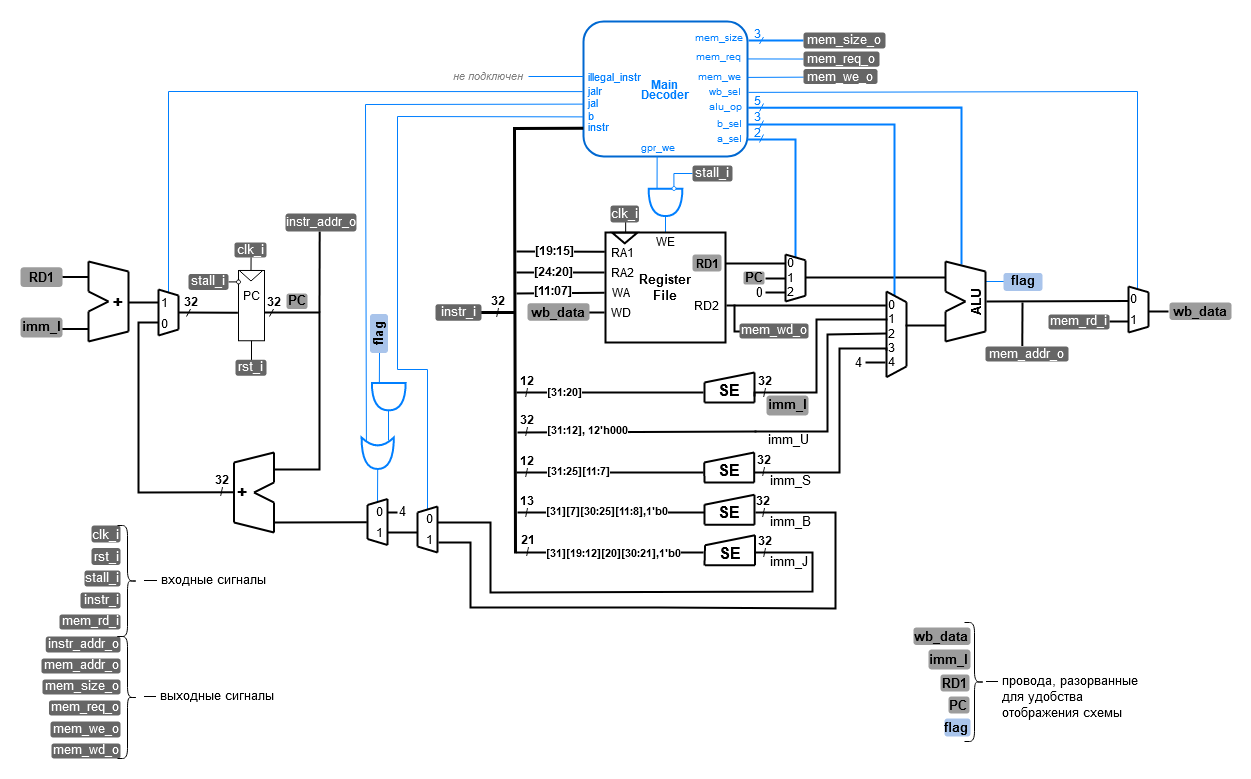
This is .pic/Labs/lab_06_dp/fig_01.drawio.png from MPSU/APS, a draw.io export, as it was before one commit. Source tidied: cells renumbered, new cells last; positions are measured from the earlier drawing's top-left corner, leaving out a move shared by most shapes.
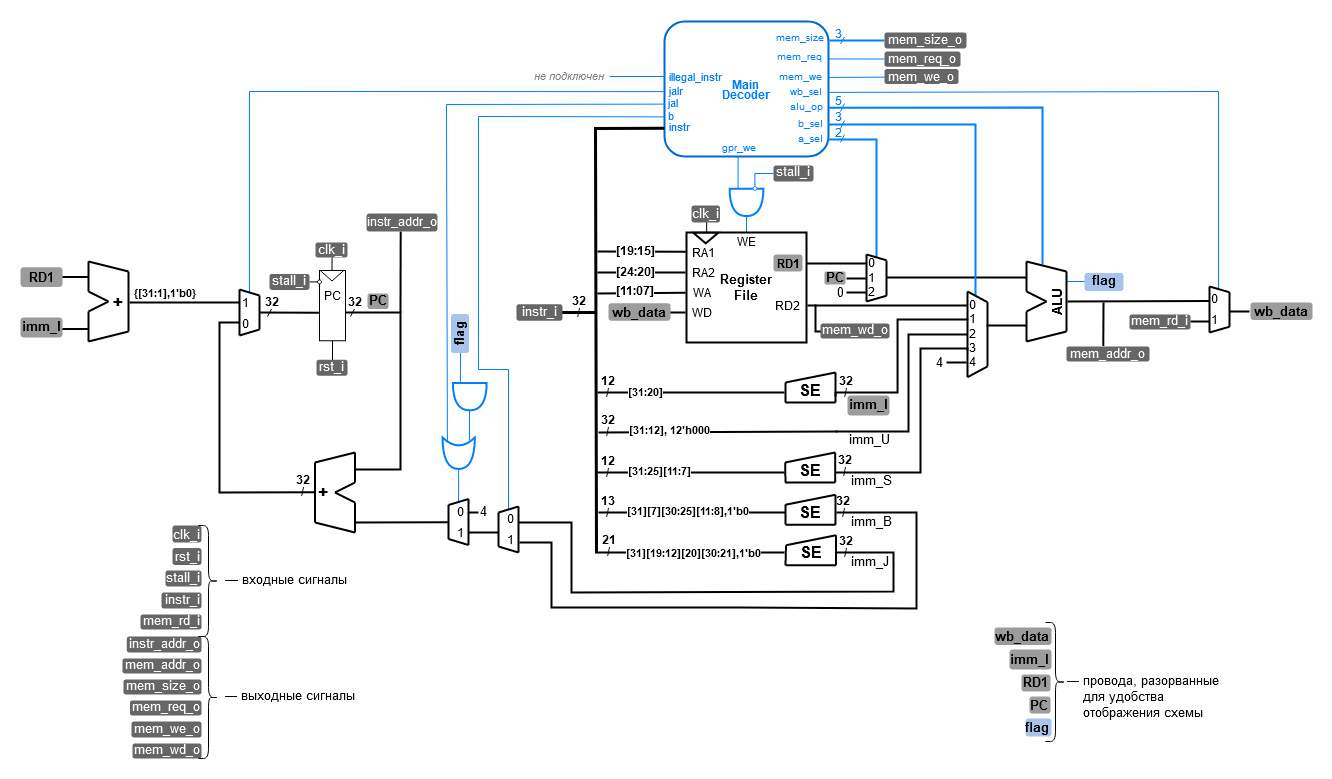
After the change.

Change to the diagram source:
```diff
@@ -446,23 +446,23 @@
     </mxCell>
     <mxCell id="89" style="endArrow=none;html=1;rounded=0;comic=0;strokeColor=#000000;fontSize=16;fontColor=#000000;startSize=6;endSize=6;entryX=0;entryY=0.5;entryDx=0;entryDy=0;jiggle=0.5;strokeWidth=2;" parent="1" edge="1">
       <mxGeometry relative="1" as="geometry">
-        <mxPoint x="108" y="281" as="sourcePoint" />
+        <mxPoint x="28" y="281" as="sourcePoint" />
         <mxPoint x="138" y="281" as="targetPoint" />
       </mxGeometry>
     </mxCell>
     <mxCell id="90" style="endArrow=none;html=1;rounded=0;comic=0;strokeColor=#000000;fontSize=16;fontColor=#000000;startSize=6;endSize=6;jiggle=0.5;strokeWidth=2;" parent="1" edge="1" source="188">
       <mxGeometry relative="1" as="geometry">
-        <mxPoint x="68" y="255.5" as="targetPoint" />
+        <mxPoint x="-13" y="255.5" as="targetPoint" />
       </mxGeometry>
     </mxCell>
     <mxCell id="91" style="endArrow=none;html=1;rounded=0;comic=0;strokeColor=#000000;fontSize=16;fontColor=#000000;startSize=6;endSize=6;jiggle=0.5;strokeWidth=2;" parent="1" edge="1">
       <mxGeometry relative="1" as="geometry">
-        <mxPoint x="28" y="307.5" as="sourcePoint" />
-        <mxPoint x="68" y="307.5" as="targetPoint" />
+        <mxPoint x="-53" y="307.5" as="sourcePoint" />
+        <mxPoint x="-13" y="307.5" as="targetPoint" />
       </mxGeometry>
     </mxCell>
     <mxCell id="92" value="&lt;p style=&quot;line-height: 130%;&quot;&gt;&lt;b style=&quot;&quot;&gt;&lt;font style=&quot;font-size: 13px;&quot;&gt;imm_I&lt;/font&gt;&lt;/b&gt;&lt;/p&gt;" style="text;html=1;strokeColor=none;fillColor=#9C9C9C;align=center;verticalAlign=middle;whiteSpace=wrap;rounded=1;fontSize=9;fontColor=#000000;comic=0;jiggle=0.5;strokeWidth=2;" parent="1" vertex="1">
-      <mxGeometry y="296" width="42" height="20" as="geometry" />
+      <mxGeometry x="-81" y="296" width="42" height="20" as="geometry" />
     </mxCell>
     <mxCell id="93" style="endArrow=none;html=1;rounded=0;comic=0;strokeColor=#007FFF;fontSize=16;fontColor=#000000;startSize=6;endSize=6;jiggle=0.5;entryX=-0.005;entryY=0.279;entryDx=0;entryDy=0;entryPerimeter=0;exitX=0.654;exitY=0.191;exitDx=0;exitDy=0;exitPerimeter=0;" parent="1" edge="1" source="185">
       <mxGeometry relative="1" as="geometry">
@@ -474,48 +474,48 @@
     </mxCell>
     <mxCell id="94" style="endArrow=none;html=1;rounded=0;fontSize=16;startSize=6;endSize=6;comic=0;strokeColor=#000000;jiggle=0.5;fontColor=#000000;strokeWidth=2;" parent="1" edge="1">
       <mxGeometry relative="1" as="geometry">
-        <mxPoint x="68" y="240" as="sourcePoint" />
-        <mxPoint x="108" y="250" as="targetPoint" />
+        <mxPoint x="-13" y="240" as="sourcePoint" />
+        <mxPoint x="27" y="250" as="targetPoint" />
       </mxGeometry>
     </mxCell>
     <mxCell id="95" style="endArrow=none;html=1;rounded=0;fontSize=16;startSize=6;endSize=6;comic=0;strokeColor=#000000;jiggle=0.5;fontColor=#000000;strokeWidth=2;" parent="1" edge="1">
       <mxGeometry relative="1" as="geometry">
-        <mxPoint x="68" y="290" as="sourcePoint" />
-        <mxPoint x="88" y="280" as="targetPoint" />
+        <mxPoint x="-13" y="290" as="sourcePoint" />
+        <mxPoint x="7" y="280" as="targetPoint" />
       </mxGeometry>
     </mxCell>
     <mxCell id="96" style="endArrow=none;html=1;rounded=0;fontSize=16;startSize=6;endSize=6;comic=0;strokeColor=#000000;jiggle=0.5;fontColor=#000000;strokeWidth=2;" parent="1" edge="1">
       <mxGeometry relative="1" as="geometry">
-        <mxPoint x="68" y="270" as="sourcePoint" />
-        <mxPoint x="88" y="280" as="targetPoint" />
+        <mxPoint x="-13" y="270" as="sourcePoint" />
+        <mxPoint x="7" y="280" as="targetPoint" />
       </mxGeometry>
     </mxCell>
     <mxCell id="97" style="endArrow=none;html=1;rounded=0;fontSize=16;startSize=6;endSize=6;comic=0;strokeColor=#000000;jiggle=0.5;fontColor=#000000;strokeWidth=2;" parent="1" edge="1">
       <mxGeometry relative="1" as="geometry">
-        <mxPoint x="68" y="320" as="sourcePoint" />
-        <mxPoint x="108" y="310" as="targetPoint" />
+        <mxPoint x="-13" y="320" as="sourcePoint" />
+        <mxPoint x="27" y="310" as="targetPoint" />
       </mxGeometry>
     </mxCell>
     <mxCell id="98" style="endArrow=none;html=1;rounded=0;fontSize=16;startSize=6;endSize=6;comic=0;strokeColor=#000000;jiggle=0.5;fontColor=#000000;strokeWidth=2;" parent="1" edge="1">
       <mxGeometry relative="1" as="geometry">
-        <mxPoint x="68" y="320" as="sourcePoint" />
-        <mxPoint x="68" y="290" as="targetPoint" />
+        <mxPoint x="-13" y="320" as="sourcePoint" />
+        <mxPoint x="-13" y="290" as="targetPoint" />
       </mxGeometry>
     </mxCell>
     <mxCell id="99" style="endArrow=none;html=1;rounded=0;fontSize=16;startSize=6;endSize=6;comic=0;strokeColor=#000000;jiggle=0.5;fontColor=#000000;strokeWidth=2;" parent="1" edge="1">
       <mxGeometry relative="1" as="geometry">
-        <mxPoint x="68" y="270" as="sourcePoint" />
-        <mxPoint x="68" y="240" as="targetPoint" />
+        <mxPoint x="-13" y="270" as="sourcePoint" />
+        <mxPoint x="-13" y="240" as="targetPoint" />
       </mxGeometry>
     </mxCell>
     <mxCell id="100" style="endArrow=none;html=1;rounded=0;fontSize=16;startSize=6;endSize=6;comic=0;fontColor=#000000;strokeColor=#000000;jiggle=0.5;strokeWidth=2;" parent="1" edge="1">
       <mxGeometry relative="1" as="geometry">
-        <mxPoint x="108" y="310" as="sourcePoint" />
-        <mxPoint x="108" y="250" as="targetPoint" />
+        <mxPoint x="27" y="310" as="sourcePoint" />
+        <mxPoint x="27" y="250" as="targetPoint" />
       </mxGeometry>
     </mxCell>
     <mxCell id="101" value="&lt;font style=&quot;font-size: 17px;&quot;&gt;&lt;b&gt;+&lt;/b&gt;&lt;/font&gt;" style="text;html=1;strokeColor=none;fillColor=none;align=center;verticalAlign=middle;whiteSpace=wrap;rounded=0;fontSize=14;rotation=-90;comic=0;fontColor=#000000;jiggle=0.5;strokeWidth=2;" parent="1" vertex="1">
-      <mxGeometry x="91.9" y="277" width="11.2" height="7" as="geometry" />
+      <mxGeometry x="10.9" y="277" width="11.2" height="7" as="geometry" />
     </mxCell>
     <mxCell id="102" value="&lt;font style=&quot;font-size: 11px;&quot;&gt;jalr&lt;/font&gt;" style="text;html=1;strokeColor=none;fillColor=none;align=left;verticalAlign=middle;whiteSpace=wrap;rounded=0;fontSize=9;fontColor=#007FFF;comic=0;jiggle=0.5;" parent="1" vertex="1">
       <mxGeometry x="566" y="63.8" width="33" height="10" as="geometry" />
@@ -958,11 +958,11 @@
     </mxCell>
     <mxCell id="187" style="endArrow=none;html=1;rounded=0;comic=0;strokeColor=#000000;fontSize=16;fontColor=#000000;startSize=6;endSize=6;jiggle=0.5;strokeWidth=2;" parent="1" edge="1" target="188">
       <mxGeometry relative="1" as="geometry">
-        <mxPoint x="28" y="255.5" as="sourcePoint" />
+        <mxPoint x="-53" y="255.5" as="sourcePoint" />
       </mxGeometry>
     </mxCell>
     <mxCell id="188" value="&lt;b&gt;&lt;font style=&quot;font-size: 13px;&quot;&gt;RD1&lt;/font&gt;&lt;/b&gt;" style="text;html=1;strokeColor=none;fillColor=#9C9C9C;align=center;verticalAlign=middle;whiteSpace=wrap;rounded=1;fontSize=9;fontColor=#000000;comic=0;jiggle=0.5;strokeWidth=2;" parent="1" vertex="1">
-      <mxGeometry y="245.9" width="42" height="19.6" as="geometry" />
+      <mxGeometry x="-81" y="245.9" width="42" height="19.6" as="geometry" />
     </mxCell>
     <mxCell id="189" value="&lt;p style=&quot;line-height: 100%;&quot;&gt;&lt;font style=&quot;font-size: 12px;&quot;&gt;&lt;b&gt;32&lt;br&gt;/&lt;/b&gt;&lt;/font&gt;&lt;/p&gt;" style="text;html=1;align=center;verticalAlign=middle;strokeColor=none;fillColor=none;" parent="1" vertex="1">
       <mxGeometry x="461" y="254" width="32" height="61" as="geometry" />
@@ -1200,5 +1200,8 @@
     <mxCell id="253" style="ellipse;whiteSpace=wrap;html=1;strokeColor=#007FFF;" parent="1" vertex="1">
       <mxGeometry x="651.5" y="165" width="4" height="4" as="geometry" />
     </mxCell>
+    <mxCell id="254" value="&lt;b style=&quot;border-color: var(--border-color);&quot;&gt;&lt;font style=&quot;font-size: 10.5px;&quot;&gt;{[31:1],1'b0&lt;/font&gt;&lt;/b&gt;&lt;font size=&quot;1&quot; style=&quot;&quot;&gt;&lt;b style=&quot;font-size: 11px;&quot;&gt;}&lt;br&gt;&lt;/b&gt;&lt;/font&gt;" style="edgeLabel;html=1;align=left;verticalAlign=middle;fontSize=9;fontColor=#000000;comic=0;jiggle=0.5;labelBackgroundColor=default;" parent="1" vertex="1">
+      <mxGeometry x="31" y="270" as="geometry" />
+    </mxCell>
   </root>
 </mxGraphModel>
```
